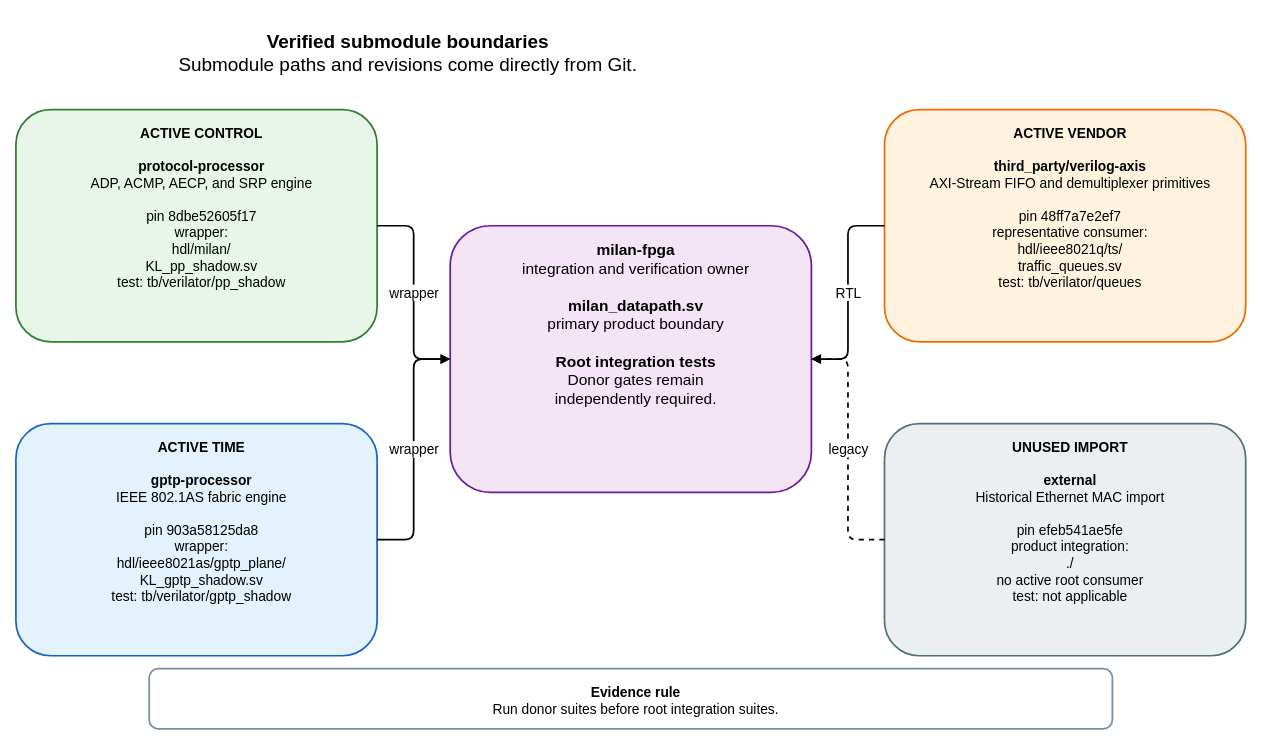
The draw.io diagram docs/diagrams/submodule_boundaries.drawio in kebag-logic/milan-fpga, before the edit. Source tidied: cells renumbered, new cells numbered last; positions are measured from the earlier drawing's top-left corner, leaving out a move shared by most shapes. Both pictures are drawn from the tidied source at 86%, with x=0, y=0 at pixel (15, 15).
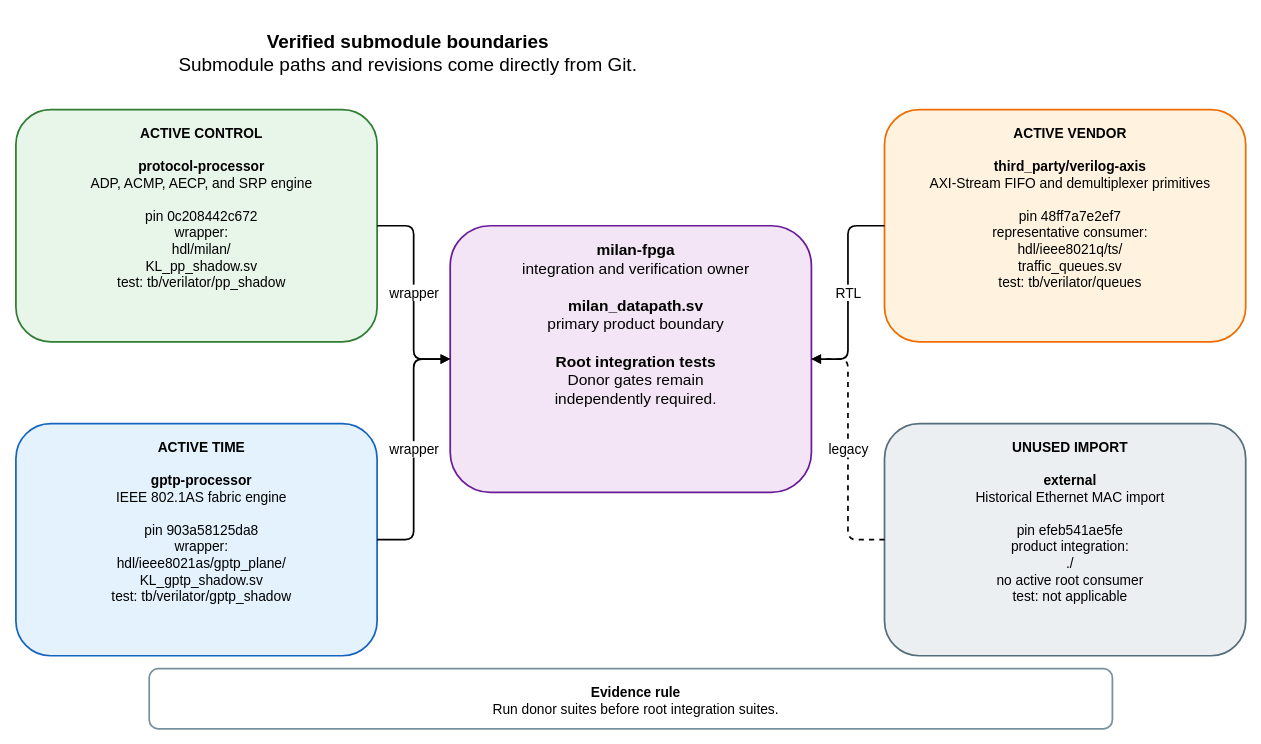
Above is the later version.

Commit message (it also covers changes not shown here):
The processor pin advances for the stored-selection harness tap, and the bump pays its three ledgers: boundary diagram, pin row, ROM digests

Change to the diagram source:
```diff
@@
 <mxGraphModel>
   <root>
     <mxCell id="0" />
     <mxCell id="1" parent="0" />
     <mxCell id="2" value="&lt;b&gt;Verified submodule boundaries&lt;/b&gt;&lt;br&gt;Submodule paths and revisions come directly from Git." style="rounded=1;whiteSpace=wrap;html=1;verticalAlign=top;spacingTop=12;spacingLeft=12;fontSize=22;fontFamily=Helvetica;fillColor=none;strokeColor=none;strokeWidth=2;" parent="1" vertex="1">
       <mxGeometry width="900" height="65" as="geometry" />
     </mxCell>
     <mxCell id="3" value="&lt;b&gt;milan-fpga&lt;/b&gt;&lt;br&gt;integration and verification owner&lt;br&gt;&lt;br&gt;&lt;b&gt;milan_datapath.sv&lt;/b&gt;&lt;br&gt;primary product boundary&lt;br&gt;&lt;br&gt;&lt;b&gt;Root integration tests&lt;/b&gt;&lt;br&gt;Donor gates remain&lt;br&gt;independently required." style="rounded=1;whiteSpace=wrap;html=1;verticalAlign=top;spacingTop=12;spacingLeft=12;fontSize=18;fontFamily=Helvetica;fillColor=#F3E5F5;strokeColor=#6A1B9A;strokeWidth=2;" parent="1" vertex="1">
       <mxGeometry x="505" y="245" width="420" height="310" as="geometry" />
     </mxCell>
-    <mxCell id="4" value="&lt;b&gt;ACTIVE CONTROL&lt;/b&gt;&lt;br&gt;&lt;br&gt;&lt;b&gt;protocol-processor&lt;/b&gt;&lt;br&gt;ADP, ACMP, AECP, and SRP engine&lt;br&gt;&lt;br&gt;pin 8dbe52605f17&lt;br&gt;wrapper:&lt;br&gt;hdl/milan/&lt;br&gt;KL_pp_shadow.sv&lt;br&gt;test: tb/verilator/pp_shadow" style="rounded=1;whiteSpace=wrap;html=1;verticalAlign=top;spacingTop=12;spacingLeft=12;fontSize=16;fontFamily=Helvetica;fillColor=#E8F5E9;strokeColor=#2E7D32;strokeWidth=2;" parent="1" vertex="1">
+    <mxCell id="4" value="&lt;b&gt;ACTIVE CONTROL&lt;/b&gt;&lt;br&gt;&lt;br&gt;&lt;b&gt;protocol-processor&lt;/b&gt;&lt;br&gt;ADP, ACMP, AECP, and SRP engine&lt;br&gt;&lt;br&gt;pin 0c208442c672&lt;br&gt;wrapper:&lt;br&gt;hdl/milan/&lt;br&gt;KL_pp_shadow.sv&lt;br&gt;test: tb/verilator/pp_shadow" style="rounded=1;whiteSpace=wrap;html=1;verticalAlign=top;spacingTop=12;spacingLeft=12;fontSize=16;fontFamily=Helvetica;fillColor=#E8F5E9;strokeColor=#2E7D32;strokeWidth=2;" parent="1" vertex="1">
       <mxGeometry y="110" width="420" height="270" as="geometry" />
     </mxCell>
     <mxCell id="5" value="&lt;b&gt;ACTIVE TIME&lt;/b&gt;&lt;br&gt;&lt;br&gt;&lt;b&gt;gptp-processor&lt;/b&gt;&lt;br&gt;IEEE 802.1AS fabric engine&lt;br&gt;&lt;br&gt;pin 903a58125da8&lt;br&gt;wrapper:&lt;br&gt;hdl/ieee8021as/gptp_plane/&lt;br&gt;KL_gptp_shadow.sv&lt;br&gt;test: tb/verilator/gptp_shadow" style="rounded=1;whiteSpace=wrap;html=1;verticalAlign=top;spacingTop=12;spacingLeft=12;fontSize=16;fontFamily=Helvetica;fillColor=#E3F2FD;strokeColor=#1565C0;strokeWidth=2;" parent="1" vertex="1">
       <mxGeometry y="475" width="420" height="270" as="geometry" />
     </mxCell>
     <mxCell id="6" value="&lt;b&gt;ACTIVE VENDOR&lt;/b&gt;&lt;br&gt;&lt;br&gt;&lt;b&gt;third_party/verilog-axis&lt;/b&gt;&lt;br&gt;AXI-Stream FIFO and demultiplexer primitives&lt;br&gt;&lt;br&gt;pin 48ff7a7e2ef7&lt;br&gt;representative consumer:&lt;br&gt;hdl/ieee8021q/ts/&lt;br&gt;traffic_queues.sv&lt;br&gt;test: tb/verilator/queues" style="rounded=1;whiteSpace=wrap;html=1;verticalAlign=top;spacingTop=12;spacingLeft=12;fontSize=16;fontFamily=Helvetica;fillColor=#FFF3E0;strokeColor=#EF6C00;strokeWidth=2;" parent="1" vertex="1">
       <mxGeometry x="1010" y="110" width="420" height="270" as="geometry" />
     </mxCell>
     <mxCell id="7" value="&lt;b&gt;UNUSED IMPORT&lt;/b&gt;&lt;br&gt;&lt;br&gt;&lt;b&gt;external&lt;/b&gt;&lt;br&gt;Historical Ethernet MAC import&lt;br&gt;&lt;br&gt;pin efeb541ae5fe&lt;br&gt;product integration:&lt;br&gt;./&lt;br&gt;no active root consumer&lt;br&gt;test: not applicable" style="rounded=1;whiteSpace=wrap;html=1;verticalAlign=top;spacingTop=12;spacingLeft=12;fontSize=16;fontFamily=Helvetica;fillColor=#ECEFF1;strokeColor=#546E7A;strokeWidth=2;" parent="1" vertex="1">
       <mxGeometry x="1010" y="475" width="420" height="270" as="geometry" />
     </mxCell>
     <mxCell id="8" value="wrapper" style="edgeStyle=orthogonalEdgeStyle;rounded=1;jettySize=auto;html=1;endArrow=block;endFill=1;strokeWidth=2;fontSize=16;fontFamily=Helvetica;labelBackgroundColor=#FFFFFF;" parent="1" edge="1" source="4" target="3">
       <mxGeometry relative="1" as="geometry" />
     </mxCell>
     <mxCell id="9" value="wrapper" style="edgeStyle=orthogonalEdgeStyle;rounded=1;jettySize=auto;html=1;endArrow=block;endFill=1;strokeWidth=2;fontSize=16;fontFamily=Helvetica;labelBackgroundColor=#FFFFFF;" parent="1" edge="1" source="5" target="3">
       <mxGeometry relative="1" as="geometry" />
     </mxCell>
     <mxCell id="10" value="RTL" style="edgeStyle=orthogonalEdgeStyle;rounded=1;jettySize=auto;html=1;endArrow=block;endFill=1;strokeWidth=2;fontSize=16;fontFamily=Helvetica;labelBackgroundColor=#FFFFFF;" parent="1" edge="1" source="6" target="3">
       <mxGeometry relative="1" as="geometry" />
     </mxCell>
     <mxCell id="11" value="legacy" style="edgeStyle=orthogonalEdgeStyle;rounded=1;jettySize=auto;html=1;endArrow=block;endFill=1;strokeWidth=2;fontSize=16;fontFamily=Helvetica;labelBackgroundColor=#FFFFFF;dashed=1;" parent="1" edge="1" source="7" target="3">
       <mxGeometry relative="1" as="geometry" />
     </mxCell>
     <mxCell id="12" value="&lt;b&gt;Evidence rule&lt;/b&gt;&lt;br&gt;Run donor suites before root integration suites." style="rounded=1;whiteSpace=wrap;html=1;verticalAlign=top;spacingTop=12;spacingLeft=12;fontSize=16;fontFamily=Helvetica;fillColor=#FFFFFF;strokeColor=#78909C;strokeWidth=2;" parent="1" vertex="1">
       <mxGeometry x="155" y="760" width="1120" height="70" as="geometry" />
     </mxCell>
   </root>
 </mxGraphModel>
```
